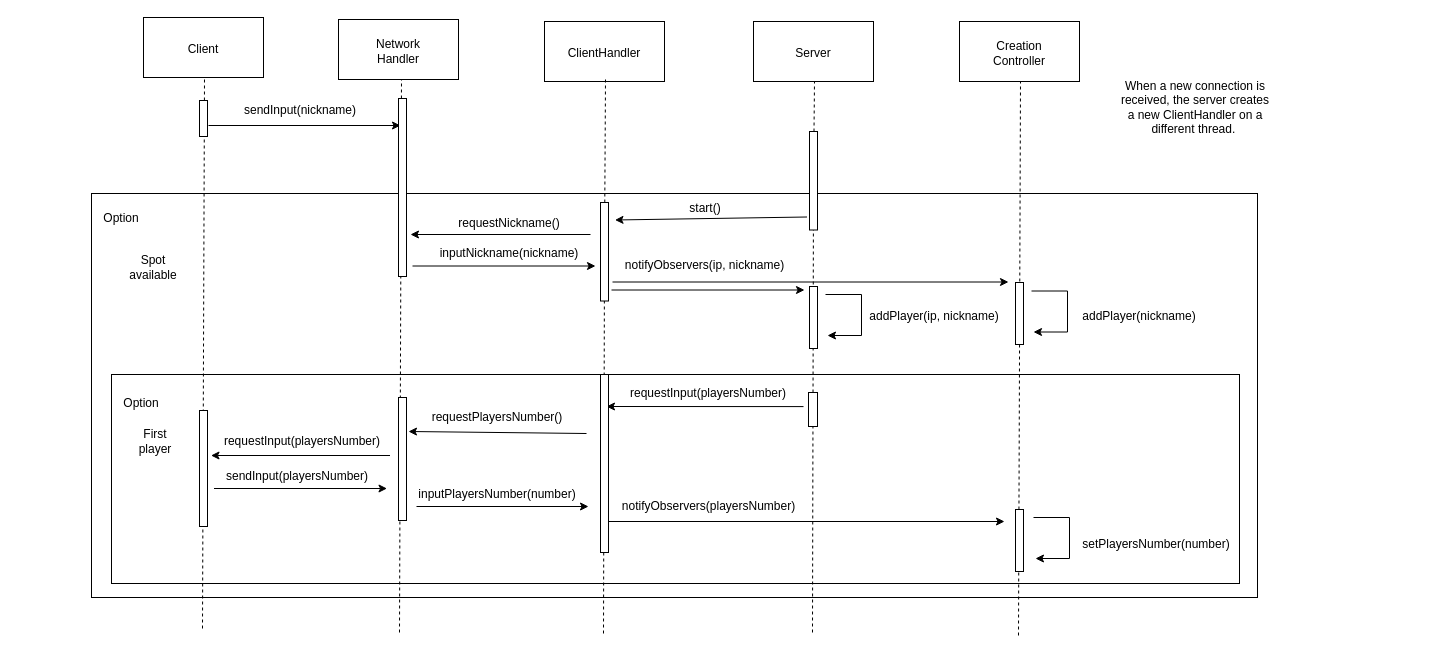
GabrieleGessaghi/ing-sw-2023-gessaghi-fontanive-giuliani-galante keeps this draw.io diagram as diagrams/sequence_diagram_login.drawio. Above is the earlier version. Source tidied: cells renumbered, new cells numbered last; positions are measured from the earlier drawing's top-left corner, leaving out a move shared by most shapes. Both pictures are drawn from the tidied source at 100%, with x=0, y=0 at pixel (91, 17).
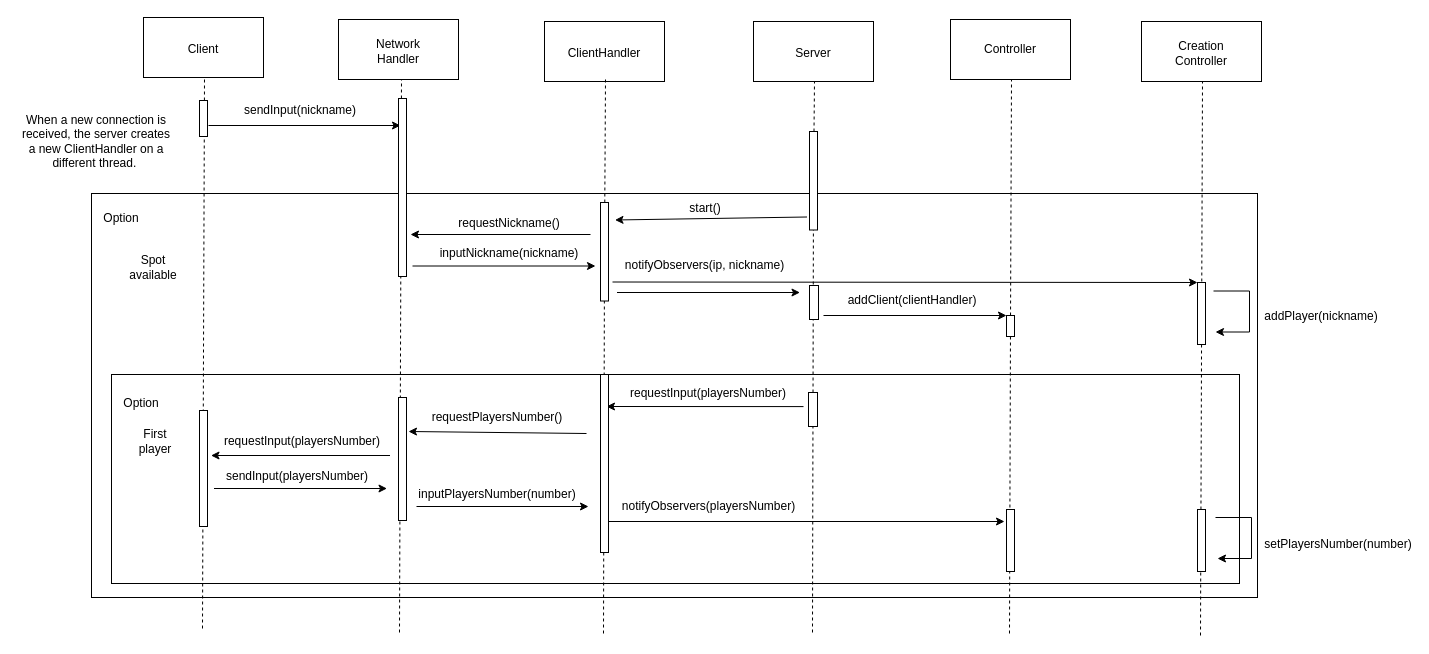
The same page after the edit.

What changed in the source:
```diff
@@
     <mxCell id="14" style="rounded=0;whiteSpace=wrap;html=1;" parent="1" vertex="1">
-      <mxGeometry x="868" y="4" width="120" height="60" as="geometry" />
+      <mxGeometry x="1050" y="4" width="120" height="60" as="geometry" />
     </mxCell>
     <mxCell id="15" value="Creation&lt;br&gt;Controller" style="text;html=1;strokeColor=none;fillColor=none;align=center;verticalAlign=middle;whiteSpace=wrap;rounded=0;" parent="1" vertex="1">
-      <mxGeometry x="898" y="21" width="60" height="30" as="geometry" />
+      <mxGeometry x="1080" y="21" width="60" height="30" as="geometry" />
     </mxCell>
@@
     <mxCell id="19" style="endArrow=none;dashed=1;html=1;rounded=0;" parent="1" edge="1">
       <mxGeometry relative="1" as="geometry">
-        <mxPoint x="927" y="618" as="sourcePoint" />
-        <mxPoint x="929" y="64" as="targetPoint" />
+        <mxPoint x="1109" y="618" as="sourcePoint" />
+        <mxPoint x="1111" y="64" as="targetPoint" />
       </mxGeometry>
     </mxCell>
@@
-    <mxCell id="26" style="endArrow=classic;html=1;rounded=0;" parent="1" edge="1">
-      <mxGeometry relative="1" as="geometry">
-        <mxPoint x="520" y="272.5" as="sourcePoint" />
-        <mxPoint x="713" y="272.5" as="targetPoint" />
-      </mxGeometry>
-    </mxCell>
@@
-    <mxCell id="28" style="endArrow=classic;html=1;rounded=0;" parent="1" edge="1">
-      <mxGeometry relative="1" as="geometry">
-        <mxPoint x="734" y="277" as="sourcePoint" />
-        <mxPoint x="736" y="318" as="targetPoint" />
-        <Array as="points">
-          <mxPoint x="770" y="277" />
-          <mxPoint x="770" y="318" />
-        </Array>
-      </mxGeometry>
-    </mxCell>
-    <mxCell id="29" value="addPlayer(ip, nickname)" style="text;html=1;strokeColor=none;fillColor=none;align=center;verticalAlign=middle;whiteSpace=wrap;rounded=0;" parent="1" vertex="1">
-      <mxGeometry x="768" y="283.5" width="150" height="30" as="geometry" />
-    </mxCell>
-    <mxCell id="30" style="endArrow=classic;html=1;rounded=0;" parent="1" edge="1">
+    <mxCell id="30" style="endArrow=classic;html=1;rounded=0;entryX=0;entryY=0;entryDx=0;entryDy=0;" parent="1" edge="1" target="56">
       <mxGeometry relative="1" as="geometry">
         <mxPoint x="521" y="264.5" as="sourcePoint" />
-        <mxPoint x="917" y="264.5" as="targetPoint" />
       </mxGeometry>
     </mxCell>
     <mxCell id="31" style="endArrow=classic;html=1;rounded=0;" parent="1" edge="1">
       <mxGeometry relative="1" as="geometry">
-        <mxPoint x="940" y="273.5" as="sourcePoint" />
-        <mxPoint x="942" y="314.5" as="targetPoint" />
+        <mxPoint x="1122" y="273.5" as="sourcePoint" />
+        <mxPoint x="1124" y="314.5" as="targetPoint" />
         <Array as="points">
-          <mxPoint x="976" y="273.5" />
-          <mxPoint x="976" y="314.5" />
+          <mxPoint x="1158" y="273.5" />
+          <mxPoint x="1158" y="314.5" />
         </Array>
       </mxGeometry>
     </mxCell>
     <mxCell id="32" value="addPlayer(nickname)" style="text;html=1;strokeColor=none;fillColor=none;align=center;verticalAlign=middle;whiteSpace=wrap;rounded=0;" parent="1" vertex="1">
-      <mxGeometry x="1018" y="283.5" width="60" height="30" as="geometry" />
+      <mxGeometry x="1200" y="283.5" width="60" height="30" as="geometry" />
     </mxCell>
@@
     <mxCell id="49" style="endArrow=classic;html=1;rounded=0;" parent="1" edge="1">
       <mxGeometry relative="1" as="geometry">
-        <mxPoint x="942" y="500" as="sourcePoint" />
-        <mxPoint x="944" y="541" as="targetPoint" />
+        <mxPoint x="1124" y="500" as="sourcePoint" />
+        <mxPoint x="1126" y="541" as="targetPoint" />
         <Array as="points">
-          <mxPoint x="978" y="500" />
-          <mxPoint x="978" y="541" />
+          <mxPoint x="1160" y="500" />
+          <mxPoint x="1160" y="541" />
         </Array>
       </mxGeometry>
     </mxCell>
     <mxCell id="50" value="setPlayersNumber(number)" style="text;html=1;strokeColor=none;fillColor=none;align=center;verticalAlign=middle;whiteSpace=wrap;rounded=0;" parent="1" vertex="1">
-      <mxGeometry x="1035" y="512" width="60" height="30" as="geometry" />
+      <mxGeometry x="1217" y="512" width="60" height="30" as="geometry" />
     </mxCell>
@@
-    <mxCell id="55" style="rounded=0;whiteSpace=wrap;html=1;fillColor=default;" parent="1" vertex="1">
-      <mxGeometry x="718" y="269" width="8" height="62" as="geometry" />
-    </mxCell>
     <mxCell id="56" style="rounded=0;whiteSpace=wrap;html=1;fillColor=default;" parent="1" vertex="1">
-      <mxGeometry x="924" y="265" width="8" height="62" as="geometry" />
+      <mxGeometry x="1106" y="265" width="8" height="62" as="geometry" />
     </mxCell>
     <mxCell id="57" style="rounded=0;whiteSpace=wrap;html=1;fillColor=default;" parent="1" vertex="1">
-      <mxGeometry x="924" y="492" width="8" height="62" as="geometry" />
+      <mxGeometry x="1106" y="492" width="8" height="62" as="geometry" />
     </mxCell>
@@
     <mxCell id="63" value="When a new connection is received, the server creates a new ClientHandler on a different thread.&amp;nbsp;" style="text;html=1;strokeColor=none;fillColor=none;align=center;verticalAlign=middle;whiteSpace=wrap;rounded=0;" parent="1" vertex="1">
-      <mxGeometry x="1025" y="54" width="158" height="72" as="geometry" />
+      <mxGeometry x="-74" y="88" width="158" height="72" as="geometry" />
     </mxCell>
@@
+    <mxCell id="66" value="Controller" style="rounded=0;whiteSpace=wrap;html=1;" parent="1" vertex="1">
+      <mxGeometry x="859" y="2" width="120" height="60" as="geometry" />
+    </mxCell>
+    <mxCell id="67" style="endArrow=none;dashed=1;html=1;rounded=0;" parent="1" edge="1" source="69">
+      <mxGeometry relative="1" as="geometry">
+        <mxPoint x="920" y="62" as="targetPoint" />
+      </mxGeometry>
+    </mxCell>
+    <mxCell id="68" style="endArrow=none;dashed=1;html=1;rounded=0;" parent="1" edge="1" target="69">
+      <mxGeometry relative="1" as="geometry">
+        <mxPoint x="918" y="616" as="sourcePoint" />
+      </mxGeometry>
+    </mxCell>
+    <mxCell id="69" style="rounded=0;whiteSpace=wrap;html=1;fillColor=default;" parent="1" vertex="1">
+      <mxGeometry x="915" y="298" width="8" height="21" as="geometry" />
+    </mxCell>
+    <mxCell id="70" style="rounded=0;whiteSpace=wrap;html=1;fillColor=default;" parent="1" vertex="1">
+      <mxGeometry x="915" y="492" width="8" height="62" as="geometry" />
+    </mxCell>
+    <mxCell id="71" style="rounded=0;whiteSpace=wrap;html=1;fillColor=default;" parent="1" vertex="1">
+      <mxGeometry x="718" y="268" width="9" height="34" as="geometry" />
+    </mxCell>
+    <mxCell id="72" style="endArrow=classic;html=1;rounded=0;" parent="1" edge="1">
+      <mxGeometry relative="1" as="geometry">
+        <mxPoint x="525.5" y="275" as="sourcePoint" />
+        <mxPoint x="708.5" y="275" as="targetPoint" />
+      </mxGeometry>
+    </mxCell>
+    <mxCell id="73" style="endArrow=classic;html=1;rounded=0;exitX=1;exitY=0.75;exitDx=0;exitDy=0;" parent="1" edge="1" source="71">
+      <mxGeometry relative="1" as="geometry">
+        <mxPoint x="727" y="294" as="targetPoint" />
+      </mxGeometry>
+    </mxCell>
+    <mxCell id="74" style="endArrow=classic;html=1;rounded=0;" parent="1" edge="1">
+      <mxGeometry relative="1" as="geometry">
+        <mxPoint x="732" y="298" as="sourcePoint" />
+        <mxPoint x="915" y="298" as="targetPoint" />
+      </mxGeometry>
+    </mxCell>
+    <mxCell id="75" value="addClient(clientHandler)" style="text;html=1;strokeColor=none;fillColor=none;align=center;verticalAlign=middle;whiteSpace=wrap;rounded=0;" parent="1" vertex="1">
+      <mxGeometry x="791" y="268" width="60" height="30" as="geometry" />
+    </mxCell>
```
